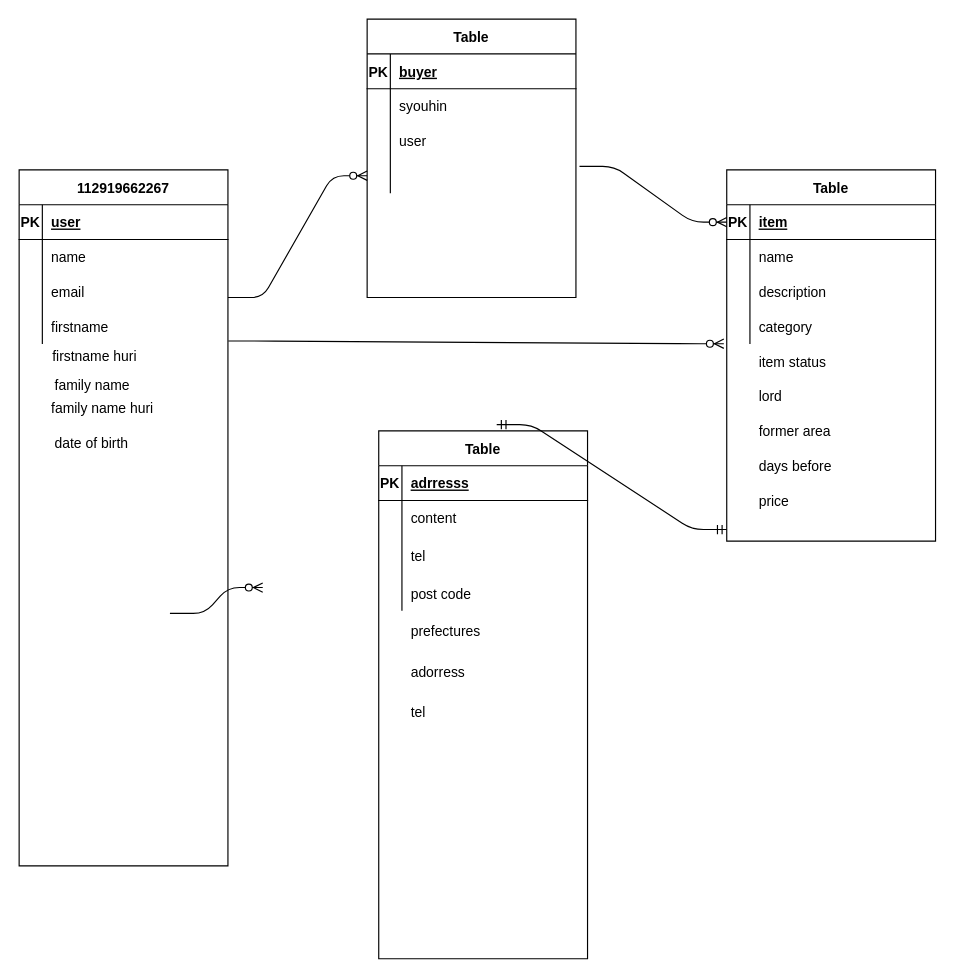
This is test.dio from jangojanga/furima-38171, a draw.io file, before an edit. Source tidied: cells renumbered, new cells numbered last; positions are measured from the earlier drawing's top-left corner, leaving out a move shared by most shapes. Both pictures are drawn from the tidied source at 116%, with x=0, y=0 at pixel (19, 19).
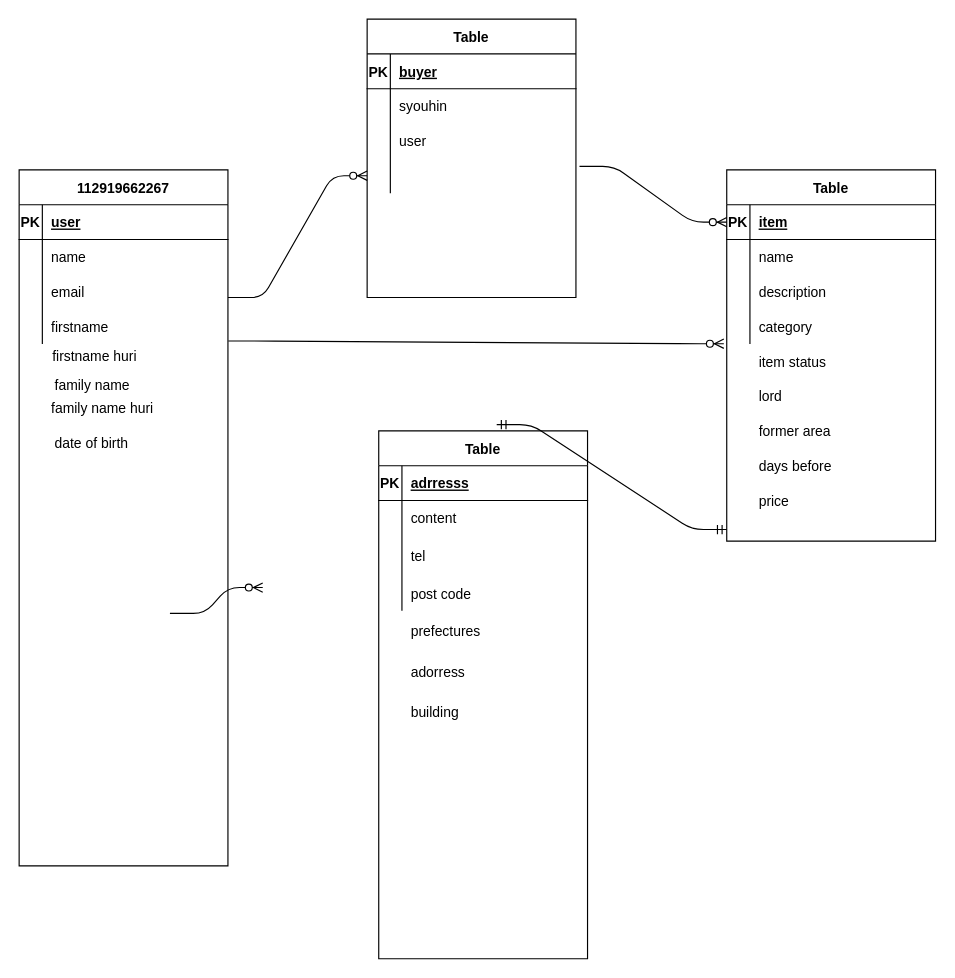
The same page after the edit.

The edit, as a diff of the source:
```diff
@@
-    <mxCell id="70" value="tel" style="shape=partialRectangle;fillColor=none;top=0;left=0;bottom=0;right=0;align=left;spacingLeft=6;overflow=hidden;" parent="1" vertex="1">
+    <mxCell id="70" value="building" style="shape=partialRectangle;fillColor=none;top=0;left=0;bottom=0;right=0;align=left;spacingLeft=6;overflow=hidden;" parent="1" vertex="1">
       <mxGeometry x="330" y="580" width="160" height="35" as="geometry" />
     </mxCell>
```
